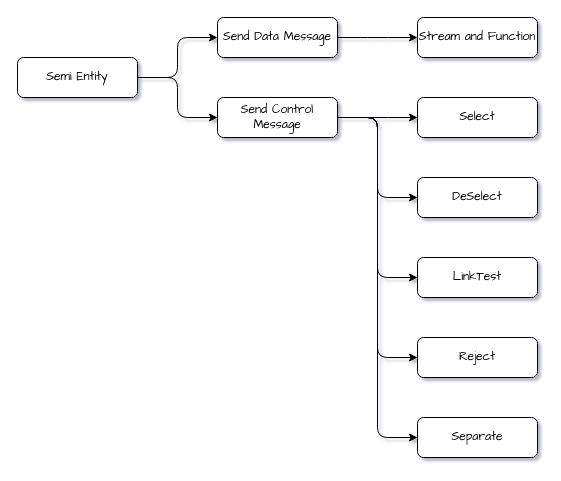
Earlier version of the draw.io diagram page "SEMI Entity" (2 of 2) of SEMI程序设计.drawio (ZerosZhang/Draft-Record). Source tidied: cells renumbered, new cells numbered last; positions are measured from the earlier drawing's top-left corner, leaving out a move shared by most shapes. Both pictures are drawn from the tidied source at 100%, with x=0, y=0 at pixel (17, 17).
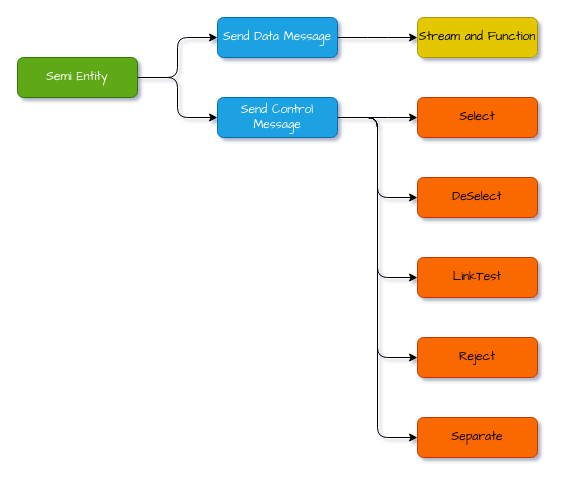
After the change.

What changed in the source:
```diff
@@
 <mxGraphModel shadow="1">
   <root>
     <mxCell id="0" />
     <mxCell id="1" parent="0" />
     <mxCell id="2" style="edgeStyle=elbowEdgeStyle;html=1;fontFamily=Comic Sans MS;fontSize=12;fontColor=default;rounded=1;" parent="1" edge="1" source="4" target="6">
       <mxGeometry relative="1" as="geometry" />
     </mxCell>
     <mxCell id="3" style="edgeStyle=elbowEdgeStyle;html=1;fontFamily=Comic Sans MS;fontSize=12;fontColor=default;rounded=1;" parent="1" edge="1" source="4" target="12">
       <mxGeometry relative="1" as="geometry" />
     </mxCell>
-    <mxCell id="4" value="Semi Entity" style="rounded=1;whiteSpace=wrap;html=1;fontFamily=Comic Sans MS;" parent="1" vertex="1">
+    <mxCell id="4" value="Semi Entity" style="rounded=1;whiteSpace=wrap;html=1;fontFamily=Comic Sans MS;fillColor=#60a917;fontColor=#ffffff;strokeColor=#2D7600;" parent="1" vertex="1">
       <mxGeometry y="40" width="120" height="40" as="geometry" />
     </mxCell>
     <mxCell id="5" style="edgeStyle=elbowEdgeStyle;html=1;fontFamily=Comic Sans MS;fontSize=12;fontColor=default;rounded=1;" parent="1" edge="1" source="6" target="18">
       <mxGeometry relative="1" as="geometry" />
     </mxCell>
-    <mxCell id="6" value="Send Data Message" style="rounded=1;whiteSpace=wrap;html=1;fontFamily=Comic Sans MS;" parent="1" vertex="1">
+    <mxCell id="6" value="Send Data Message" style="rounded=1;whiteSpace=wrap;html=1;fontFamily=Comic Sans MS;fillColor=#1ba1e2;fontColor=#ffffff;strokeColor=#006EAF;" parent="1" vertex="1">
       <mxGeometry x="200" width="120" height="40" as="geometry" />
     </mxCell>
     <mxCell id="7" style="edgeStyle=elbowEdgeStyle;html=1;fontFamily=Comic Sans MS;fontSize=12;fontColor=default;rounded=1;" parent="1" edge="1" source="12" target="13">
       <mxGeometry relative="1" as="geometry" />
     </mxCell>
     <mxCell id="8" style="edgeStyle=elbowEdgeStyle;html=1;fontFamily=Comic Sans MS;fontSize=12;fontColor=default;rounded=1;" parent="1" edge="1" source="12" target="14">
       <mxGeometry relative="1" as="geometry" />
     </mxCell>
     <mxCell id="9" style="edgeStyle=elbowEdgeStyle;html=1;fontFamily=Comic Sans MS;fontSize=12;fontColor=default;rounded=1;" parent="1" edge="1" source="12" target="15">
       <mxGeometry relative="1" as="geometry" />
     </mxCell>
     <mxCell id="10" style="edgeStyle=elbowEdgeStyle;html=1;fontFamily=Comic Sans MS;fontSize=12;fontColor=default;rounded=1;" parent="1" edge="1" source="12" target="16">
       <mxGeometry relative="1" as="geometry" />
     </mxCell>
     <mxCell id="11" style="edgeStyle=elbowEdgeStyle;html=1;fontFamily=Comic Sans MS;fontSize=12;fontColor=default;rounded=1;" parent="1" edge="1" source="12" target="17">
       <mxGeometry relative="1" as="geometry" />
     </mxCell>
-    <mxCell id="12" value="Send Control Message" style="rounded=1;whiteSpace=wrap;html=1;fontFamily=Comic Sans MS;" parent="1" vertex="1">
+    <mxCell id="12" value="Send Control Message" style="rounded=1;whiteSpace=wrap;html=1;fontFamily=Comic Sans MS;fillColor=#1ba1e2;fontColor=#ffffff;strokeColor=#006EAF;" parent="1" vertex="1">
       <mxGeometry x="200" y="80" width="120" height="40" as="geometry" />
     </mxCell>
-    <mxCell id="13" value="Select" style="rounded=1;whiteSpace=wrap;html=1;fontFamily=Comic Sans MS;strokeColor=default;fontSize=12;fontColor=default;fillColor=default;" parent="1" vertex="1">
+    <mxCell id="13" value="Select" style="rounded=1;whiteSpace=wrap;html=1;fontFamily=Comic Sans MS;strokeColor=#C73500;fontSize=12;fontColor=#000000;fillColor=#fa6800;" parent="1" vertex="1">
       <mxGeometry x="400" y="80" width="120" height="40" as="geometry" />
     </mxCell>
-    <mxCell id="14" value="DeSelect" style="rounded=1;whiteSpace=wrap;html=1;fontFamily=Comic Sans MS;strokeColor=default;fontSize=12;fontColor=default;fillColor=default;" parent="1" vertex="1">
+    <mxCell id="14" value="DeSelect" style="rounded=1;whiteSpace=wrap;html=1;fontFamily=Comic Sans MS;strokeColor=#C73500;fontSize=12;fontColor=#000000;fillColor=#fa6800;" parent="1" vertex="1">
       <mxGeometry x="400" y="160" width="120" height="40" as="geometry" />
     </mxCell>
-    <mxCell id="15" value="LinkTest" style="rounded=1;whiteSpace=wrap;html=1;fontFamily=Comic Sans MS;strokeColor=default;fontSize=12;fontColor=default;fillColor=default;" parent="1" vertex="1">
+    <mxCell id="15" value="LinkTest" style="rounded=1;whiteSpace=wrap;html=1;fontFamily=Comic Sans MS;strokeColor=#C73500;fontSize=12;fontColor=#000000;fillColor=#fa6800;" parent="1" vertex="1">
       <mxGeometry x="400" y="240" width="120" height="40" as="geometry" />
     </mxCell>
-    <mxCell id="16" value="Reject" style="rounded=1;whiteSpace=wrap;html=1;fontFamily=Comic Sans MS;strokeColor=default;fontSize=12;fontColor=default;fillColor=default;" parent="1" vertex="1">
+    <mxCell id="16" value="Reject" style="rounded=1;whiteSpace=wrap;html=1;fontFamily=Comic Sans MS;strokeColor=#C73500;fontSize=12;fontColor=#000000;fillColor=#fa6800;" parent="1" vertex="1">
       <mxGeometry x="400" y="320" width="120" height="40" as="geometry" />
     </mxCell>
-    <mxCell id="17" value="Separate" style="rounded=1;whiteSpace=wrap;html=1;fontFamily=Comic Sans MS;strokeColor=default;fontSize=12;fontColor=default;fillColor=default;" parent="1" vertex="1">
+    <mxCell id="17" value="Separate" style="rounded=1;whiteSpace=wrap;html=1;fontFamily=Comic Sans MS;strokeColor=#C73500;fontSize=12;fontColor=#000000;fillColor=#fa6800;" parent="1" vertex="1">
       <mxGeometry x="400" y="400" width="120" height="40" as="geometry" />
     </mxCell>
-    <mxCell id="18" value="Stream and Function" style="rounded=1;whiteSpace=wrap;html=1;fontFamily=Comic Sans MS;" parent="1" vertex="1">
+    <mxCell id="18" value="Stream and Function" style="rounded=1;whiteSpace=wrap;html=1;fontFamily=Comic Sans MS;fillColor=#e3c800;fontColor=#000000;strokeColor=#B09500;" parent="1" vertex="1">
       <mxGeometry x="400" width="120" height="40" as="geometry" />
     </mxCell>
   </root>
 </mxGraphModel>
```
